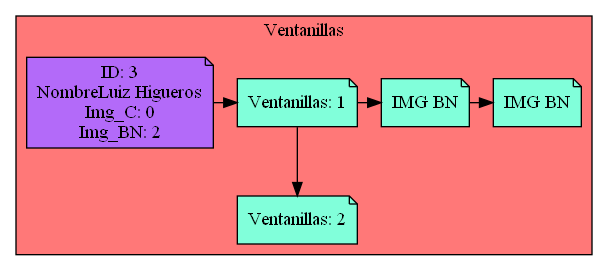
Above: Simple_Windows.png in Serch-ING/EDD_UDRAWING_202000119 (Graphviz), before the change. Its source is kept beside it as Simple_Windows.dot.
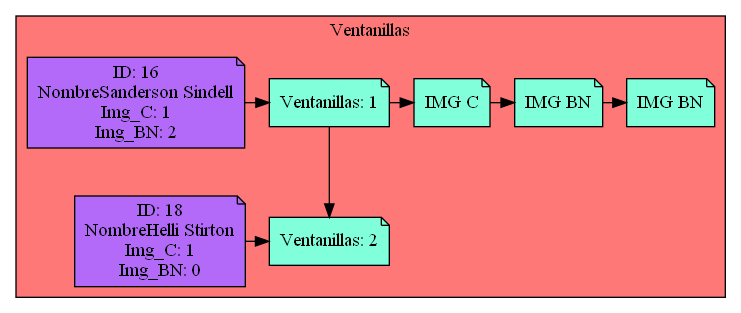
The same file after the commit.

What changed in the source:
```diff
@@ -8,16 +8,23 @@
 
 Nodo1192171522 -> Nodo1661081225
 
-Cliente1699679644[label="ID: 3
-NombreLuiz Higueros
-Img_C: 0
+Cliente712609105[label="ID: 16
+NombreSanderson Sindell
+Img_C: 1
 Img_BN: 2",fillcolor="#B36AF9",group=1]
-Cliente1699679644-> Nodo1192171522
-Nodo1219402581[label="IMG BN",fillcolor="#81FFDA"]
-Nodo1664439369[label="IMG BN",fillcolor="#81FFDA"]
-Nodo1219402581 -> Nodo1664439369
+Cliente712609105-> Nodo1192171522
+Nodo952562199[label="IMG C",fillcolor="#81FFDA"]
+Nodo1499136125[label="IMG BN",fillcolor="#81FFDA"]
+Nodo1793436274[label="IMG BN",fillcolor="#81FFDA"]
+Nodo952562199 -> Nodo1499136125
+Nodo1499136125 -> Nodo1793436274
 
-Nodo1192171522 -> Nodo1219402581
+Nodo1192171522 -> Nodo952562199
 
-{rank=same;Nodo1192171522,Cliente1699679644,Nodo1219402581,Nodo1664439369}
-{rank=same;Nodo1661081225}}}
+{rank=same;Nodo1192171522,Cliente712609105,Nodo952562199,Nodo1499136125,Nodo1793436274}
+Cliente1199673596[label="ID: 18
+NombreHelli Stirton
+Img_C: 1
+Img_BN: 0",fillcolor="#B36AF9",group=2]
+Cliente1199673596-> Nodo1661081225
+{rank=same;Nodo1661081225,Cliente1199673596}}}
```
